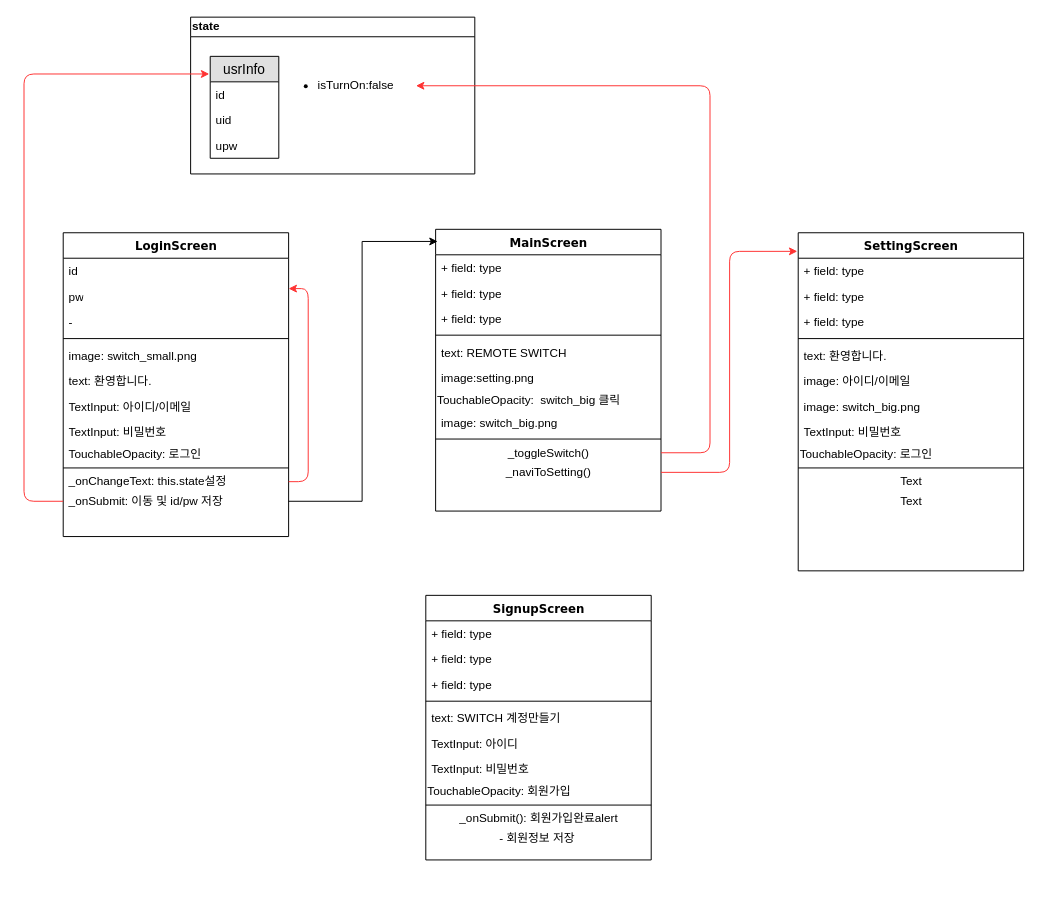
Before: AppFlowChart.drawio in OldBegin/idiaFactory_RemoteSwitch_re, a draw.io diagram. Source tidied: cells renumbered, new cells numbered last; positions are measured from the earlier drawing's top-left corner, leaving out a move shared by most shapes. Both pictures are drawn from the tidied source at 98%, with x=0, y=0 at pixel (24, 17).
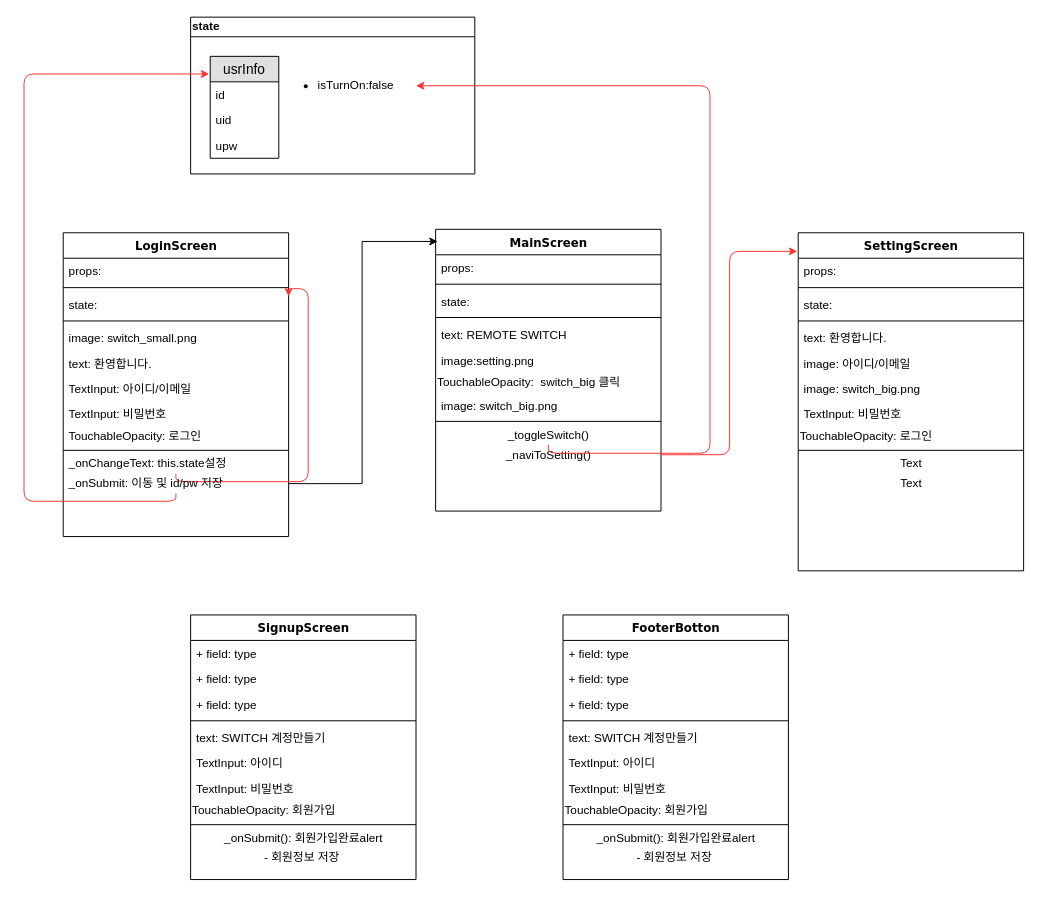
After the change.

The change refers to these unchanged cells:
```xml
<mxCell id="2" value="LoginScreen" style="swimlane;html=1;fontStyle=1;align=center;verticalAlign=top;horizontal=1;startSize=26;swimlaneFillColor=#ffffff;rounded=0;shadow=0;comic=0;labelBackgroundColor=none;strokeWidth=1;fillColor=none;fontFamily=Verdana;fontSize=12;" parent="1" vertex="1">
  <mxGeometry x="40" y="220" width="230" height="310" as="geometry" />
</mxCell>
<mxCell id="16" value="MainScreen" style="swimlane;html=1;fontStyle=1;align=center;verticalAlign=top;horizontal=1;startSize=26;swimlaneFillColor=#ffffff;rounded=0;shadow=0;comic=0;labelBackgroundColor=none;strokeWidth=1;fillColor=none;fontFamily=Verdana;fontSize=12;" parent="1" vertex="1">
  <mxGeometry x="420" y="216.5" width="230" height="287.5" as="geometry" />
</mxCell>
<mxCell id="28" value="SettingScreen" style="swimlane;html=1;fontStyle=1;align=center;verticalAlign=top;horizontal=1;startSize=26;swimlaneFillColor=#ffffff;rounded=0;shadow=0;comic=0;labelBackgroundColor=none;strokeWidth=1;fillColor=none;fontFamily=Verdana;fontSize=12;" parent="1" vertex="1">
  <mxGeometry x="790" y="220" width="230" height="345" as="geometry" />
</mxCell>
```

Diff of the diagram source:
```diff
@@
-    <mxCell id="3" value="id" style="text;html=1;strokeColor=none;fillColor=none;align=left;verticalAlign=top;spacingLeft=4;spacingRight=4;whiteSpace=wrap;overflow=hidden;" parent="2" vertex="1">
+    <mxCell id="3" value="props:" style="text;html=1;strokeColor=none;fillColor=none;align=left;verticalAlign=top;spacingLeft=4;spacingRight=4;whiteSpace=wrap;overflow=hidden;" parent="2" vertex="1">
       <mxGeometry y="26" width="230" height="26" as="geometry" />
     </mxCell>
+    <mxCell id="63" style="line;html=1;strokeWidth=1;fillColor=none;align=left;verticalAlign=middle;spacingTop=-1;spacingLeft=3;spacingRight=3;labelPosition=right;" parent="2" vertex="1">
+      <mxGeometry y="52" width="230" height="8" as="geometry" />
+    </mxCell>
-    <mxCell id="4" value="pw" style="text;html=1;strokeColor=none;fillColor=none;align=left;verticalAlign=top;spacingLeft=4;spacingRight=4;whiteSpace=wrap;overflow=hidden;points=[[0,0.5],[1,0.5]];portConstraint=eastwest;" parent="2" vertex="1">
-      <mxGeometry y="52" width="230" height="26" as="geometry" />
+    <mxCell id="4" value="state:" style="text;html=1;strokeColor=none;fillColor=none;align=left;verticalAlign=top;spacingLeft=4;spacingRight=4;whiteSpace=wrap;overflow=hidden;points=[[0,0.5],[1,0.5]];portConstraint=eastwest;" parent="2" vertex="1">
+      <mxGeometry y="60" width="230" height="26" as="geometry" />
     </mxCell>
-    <mxCell id="5" value="-" style="text;html=1;strokeColor=none;fillColor=none;align=left;verticalAlign=top;spacingLeft=4;spacingRight=4;whiteSpace=wrap;overflow=hidden;" parent="2" vertex="1">
-      <mxGeometry y="78" width="230" height="26" as="geometry" />
-    </mxCell>
     <mxCell id="6" style="line;html=1;strokeWidth=1;fillColor=none;align=left;verticalAlign=middle;spacingTop=-1;spacingLeft=3;spacingRight=3;labelPosition=right;" parent="2" vertex="1">
-      <mxGeometry y="104" width="230" height="8" as="geometry" />
+      <mxGeometry y="86" width="230" height="8" as="geometry" />
     </mxCell>
     <mxCell id="7" value="image: switch_small.png&lt;br&gt;" style="text;html=1;strokeColor=none;fillColor=none;align=left;verticalAlign=top;spacingLeft=4;spacingRight=4;whiteSpace=wrap;overflow=hidden;" parent="2" vertex="1">
-      <mxGeometry y="112" width="230" height="26" as="geometry" />
+      <mxGeometry y="94" width="230" height="26" as="geometry" />
     </mxCell>
     <mxCell id="8" value="text: 환영합니다." style="text;html=1;strokeColor=none;fillColor=none;align=left;verticalAlign=top;spacingLeft=4;spacingRight=4;whiteSpace=wrap;overflow=hidden;" parent="2" vertex="1">
-      <mxGeometry y="138" width="230" height="26" as="geometry" />
+      <mxGeometry y="120" width="230" height="26" as="geometry" />
     </mxCell>
     <mxCell id="9" value="TextInput: 아이디/이메일" style="text;html=1;strokeColor=none;fillColor=none;align=left;verticalAlign=top;spacingLeft=4;spacingRight=4;whiteSpace=wrap;overflow=hidden;" parent="2" vertex="1">
-      <mxGeometry y="164" width="230" height="26" as="geometry" />
+      <mxGeometry y="146" width="230" height="26" as="geometry" />
     </mxCell>
     <mxCell id="10" value="TextInput: 비밀번호" style="text;html=1;strokeColor=none;fillColor=none;align=left;verticalAlign=top;spacingLeft=4;spacingRight=4;whiteSpace=wrap;overflow=hidden;" parent="2" vertex="1">
-      <mxGeometry y="190" width="230" height="26" as="geometry" />
+      <mxGeometry y="172" width="230" height="26" as="geometry" />
     </mxCell>
     <mxCell id="11" value="TouchableOpacity: 로그인" style="text;html=1;align=left;verticalAlign=middle;fillColor=none;strokeColor=none;rounded=0;spacingLeft=4;" parent="2" vertex="1">
-      <mxGeometry y="216" width="230" height="20" as="geometry" />
+      <mxGeometry y="198" width="230" height="20" as="geometry" />
     </mxCell>
     <mxCell id="12" style="line;html=1;strokeWidth=1;fillColor=none;align=left;verticalAlign=middle;spacingTop=-1;spacingLeft=3;spacingRight=3;labelPosition=right;" parent="2" vertex="1">
-      <mxGeometry y="236" width="230" height="8" as="geometry" />
+      <mxGeometry y="218" width="230" height="8" as="geometry" />
     </mxCell>
@@
     <mxCell id="14" value="_onChangeText: this.state설정" style="text;html=1;align=left;verticalAlign=middle;points=[];fillColor=none;strokeColor=none;rounded=0;spacingLeft=4;" parent="2" vertex="1">
-      <mxGeometry y="244" width="230" height="20" as="geometry" />
+      <mxGeometry y="226" width="230" height="20" as="geometry" />
     </mxCell>
     <mxCell id="15" value="_onSubmit: 이동 및 id/pw 저장" style="text;html=1;align=left;verticalAlign=middle;points=[];fillColor=none;strokeColor=none;rounded=0;spacingLeft=4;spacingTop=2;spacingBottom=2;" parent="2" vertex="1">
-      <mxGeometry y="264" width="230" height="20" as="geometry" />
+      <mxGeometry y="246" width="230" height="20" as="geometry" />
     </mxCell>
@@
-    <mxCell id="17" value="+ field: type" style="text;html=1;strokeColor=none;fillColor=none;align=left;verticalAlign=top;spacingLeft=4;spacingRight=4;whiteSpace=wrap;overflow=hidden;" parent="16" vertex="1">
+    <mxCell id="17" value="props:" style="text;html=1;strokeColor=none;fillColor=none;align=left;verticalAlign=top;spacingLeft=4;spacingRight=4;whiteSpace=wrap;overflow=hidden;" parent="16" vertex="1">
       <mxGeometry y="26" width="230" height="26" as="geometry" />
     </mxCell>
-    <mxCell id="18" value="+ field: type" style="text;html=1;strokeColor=none;fillColor=none;align=left;verticalAlign=top;spacingLeft=4;spacingRight=4;whiteSpace=wrap;overflow=hidden;" parent="16" vertex="1">
-      <mxGeometry y="52" width="230" height="26" as="geometry" />
-    </mxCell>
+    <mxCell id="64" style="line;html=1;strokeWidth=1;fillColor=none;align=left;verticalAlign=middle;spacingTop=-1;spacingLeft=3;spacingRight=3;labelPosition=right;" parent="16" vertex="1">
+      <mxGeometry y="52" width="230" height="8" as="geometry" />
+    </mxCell>
-    <mxCell id="19" value="+ field: type" style="text;html=1;strokeColor=none;fillColor=none;align=left;verticalAlign=top;spacingLeft=4;spacingRight=4;whiteSpace=wrap;overflow=hidden;" parent="16" vertex="1">
-      <mxGeometry y="78" width="230" height="26" as="geometry" />
+    <mxCell id="19" value="state:" style="text;html=1;strokeColor=none;fillColor=none;align=left;verticalAlign=top;spacingLeft=4;spacingRight=4;whiteSpace=wrap;overflow=hidden;" parent="16" vertex="1">
+      <mxGeometry y="60" width="230" height="26" as="geometry" />
     </mxCell>
     <mxCell id="20" style="line;html=1;strokeWidth=1;fillColor=none;align=left;verticalAlign=middle;spacingTop=-1;spacingLeft=3;spacingRight=3;labelPosition=right;" parent="16" vertex="1">
-      <mxGeometry y="104" width="230" height="8" as="geometry" />
+      <mxGeometry y="86" width="230" height="8" as="geometry" />
     </mxCell>
     <mxCell id="21" value="text: REMOTE SWITCH" style="text;html=1;strokeColor=none;fillColor=none;align=left;verticalAlign=top;spacingLeft=4;spacingRight=4;whiteSpace=wrap;overflow=hidden;" parent="16" vertex="1">
-      <mxGeometry y="112" width="230" height="26" as="geometry" />
+      <mxGeometry y="94" width="230" height="26" as="geometry" />
     </mxCell>
     <mxCell id="22" value="image:setting.png" style="text;html=1;strokeColor=none;fillColor=none;align=left;verticalAlign=top;spacingLeft=4;spacingRight=4;whiteSpace=wrap;overflow=hidden;" parent="16" vertex="1">
-      <mxGeometry y="138" width="230" height="26" as="geometry" />
+      <mxGeometry y="120" width="230" height="26" as="geometry" />
     </mxCell>
     <mxCell id="23" value="TouchableOpacity:&amp;nbsp; switch_big 클릭" style="text;html=1;align=left;verticalAlign=middle;fillColor=none;strokeColor=none;rounded=0;" parent="16" vertex="1">
-      <mxGeometry y="164" width="230" height="20" as="geometry" />
+      <mxGeometry y="146" width="230" height="20" as="geometry" />
     </mxCell>
     <mxCell id="24" value="image: switch_big.png&amp;nbsp;" style="text;html=1;strokeColor=none;fillColor=none;align=left;verticalAlign=top;spacingLeft=4;spacingRight=4;whiteSpace=wrap;overflow=hidden;" parent="16" vertex="1">
-      <mxGeometry y="184" width="230" height="26" as="geometry" />
+      <mxGeometry y="166" width="230" height="26" as="geometry" />
     </mxCell>
     <mxCell id="25" style="line;html=1;strokeWidth=1;fillColor=none;align=left;verticalAlign=middle;spacingTop=-1;spacingLeft=3;spacingRight=3;labelPosition=right;" parent="16" vertex="1">
-      <mxGeometry y="210" width="230" height="8" as="geometry" />
+      <mxGeometry y="192" width="230" height="8" as="geometry" />
     </mxCell>
     <mxCell id="26" value="_toggleSwitch()" style="text;html=1;align=center;verticalAlign=middle;points=[];fillColor=none;strokeColor=none;rounded=0;" parent="16" vertex="1">
-      <mxGeometry y="218" width="230" height="20" as="geometry" />
+      <mxGeometry y="200" width="230" height="20" as="geometry" />
     </mxCell>
     <mxCell id="27" value="_naviToSetting()" style="text;html=1;align=center;verticalAlign=middle;points=[];fillColor=none;strokeColor=none;rounded=0;" parent="16" vertex="1">
-      <mxGeometry y="238" width="230" height="20" as="geometry" />
+      <mxGeometry y="220" width="230" height="20" as="geometry" />
     </mxCell>
@@
-    <mxCell id="29" value="+ field: type" style="text;html=1;strokeColor=none;fillColor=none;align=left;verticalAlign=top;spacingLeft=4;spacingRight=4;whiteSpace=wrap;overflow=hidden;" parent="28" vertex="1">
+    <mxCell id="29" value="props:" style="text;html=1;strokeColor=none;fillColor=none;align=left;verticalAlign=top;spacingLeft=4;spacingRight=4;whiteSpace=wrap;overflow=hidden;" parent="28" vertex="1">
       <mxGeometry y="26" width="230" height="26" as="geometry" />
     </mxCell>
-    <mxCell id="30" value="+ field: type" style="text;html=1;strokeColor=none;fillColor=none;align=left;verticalAlign=top;spacingLeft=4;spacingRight=4;whiteSpace=wrap;overflow=hidden;" parent="28" vertex="1">
-      <mxGeometry y="52" width="230" height="26" as="geometry" />
-    </mxCell>
+    <mxCell id="65" style="line;html=1;strokeWidth=1;fillColor=none;align=left;verticalAlign=middle;spacingTop=-1;spacingLeft=3;spacingRight=3;labelPosition=right;" parent="28" vertex="1">
+      <mxGeometry y="52" width="230" height="8" as="geometry" />
+    </mxCell>
-    <mxCell id="31" value="+ field: type" style="text;html=1;strokeColor=none;fillColor=none;align=left;verticalAlign=top;spacingLeft=4;spacingRight=4;whiteSpace=wrap;overflow=hidden;" parent="28" vertex="1">
-      <mxGeometry y="78" width="230" height="26" as="geometry" />
+    <mxCell id="31" value="state:" style="text;html=1;strokeColor=none;fillColor=none;align=left;verticalAlign=top;spacingLeft=4;spacingRight=4;whiteSpace=wrap;overflow=hidden;" parent="28" vertex="1">
+      <mxGeometry y="60" width="230" height="26" as="geometry" />
     </mxCell>
     <mxCell id="32" style="line;html=1;strokeWidth=1;fillColor=none;align=left;verticalAlign=middle;spacingTop=-1;spacingLeft=3;spacingRight=3;labelPosition=right;" parent="28" vertex="1">
-      <mxGeometry y="104" width="230" height="8" as="geometry" />
+      <mxGeometry y="86" width="230" height="8" as="geometry" />
     </mxCell>
     <mxCell id="33" value="text: 환영합니다." style="text;html=1;strokeColor=none;fillColor=none;align=left;verticalAlign=top;spacingLeft=4;spacingRight=4;whiteSpace=wrap;overflow=hidden;" parent="28" vertex="1">
-      <mxGeometry y="112" width="230" height="26" as="geometry" />
+      <mxGeometry y="94" width="230" height="26" as="geometry" />
     </mxCell>
     <mxCell id="34" value="image: 아이디/이메일" style="text;html=1;strokeColor=none;fillColor=none;align=left;verticalAlign=top;spacingLeft=4;spacingRight=4;whiteSpace=wrap;overflow=hidden;" parent="28" vertex="1">
-      <mxGeometry y="138" width="230" height="26" as="geometry" />
+      <mxGeometry y="120" width="230" height="26" as="geometry" />
     </mxCell>
     <mxCell id="35" value="image: switch_big.png" style="text;html=1;strokeColor=none;fillColor=none;align=left;verticalAlign=top;spacingLeft=4;spacingRight=4;whiteSpace=wrap;overflow=hidden;" parent="28" vertex="1">
-      <mxGeometry y="164" width="230" height="26" as="geometry" />
+      <mxGeometry y="146" width="230" height="26" as="geometry" />
     </mxCell>
     <mxCell id="36" value="TextInput: 비밀번호" style="text;html=1;strokeColor=none;fillColor=none;align=left;verticalAlign=top;spacingLeft=4;spacingRight=4;whiteSpace=wrap;overflow=hidden;" parent="28" vertex="1">
-      <mxGeometry y="190" width="230" height="26" as="geometry" />
+      <mxGeometry y="172" width="230" height="26" as="geometry" />
     </mxCell>
     <mxCell id="37" value="TouchableOpacity: 로그인" style="text;html=1;align=left;verticalAlign=middle;fillColor=none;strokeColor=none;rounded=0;" parent="28" vertex="1">
-      <mxGeometry y="216" width="230" height="20" as="geometry" />
+      <mxGeometry y="198" width="230" height="20" as="geometry" />
     </mxCell>
     <mxCell id="38" style="line;html=1;strokeWidth=1;fillColor=none;align=left;verticalAlign=middle;spacingTop=-1;spacingLeft=3;spacingRight=3;labelPosition=right;" parent="28" vertex="1">
-      <mxGeometry y="236" width="230" height="8" as="geometry" />
+      <mxGeometry y="218" width="230" height="8" as="geometry" />
     </mxCell>
     <mxCell id="39" value="Text" style="text;html=1;align=center;verticalAlign=middle;fillColor=none;strokeColor=none;rounded=0;" parent="28" vertex="1">
-      <mxGeometry y="244" width="230" height="20" as="geometry" />
+      <mxGeometry y="226" width="230" height="20" as="geometry" />
     </mxCell>
     <mxCell id="40" value="Text" style="text;html=1;align=center;verticalAlign=middle;fillColor=none;strokeColor=none;rounded=0;" parent="28" vertex="1">
-      <mxGeometry y="264" width="230" height="20" as="geometry" />
+      <mxGeometry y="246" width="230" height="20" as="geometry" />
     </mxCell>
     <mxCell id="41" value="SignupScreen" style="swimlane;html=1;fontStyle=1;align=center;verticalAlign=top;horizontal=1;startSize=26;swimlaneFillColor=#ffffff;rounded=0;shadow=0;comic=0;labelBackgroundColor=none;strokeWidth=1;fillColor=none;fontFamily=Verdana;fontSize=12;" parent="1" vertex="1">
-      <mxGeometry x="410" y="590" width="230" height="270" as="geometry" />
+      <mxGeometry x="170" y="610" width="230" height="270" as="geometry" />
     </mxCell>
@@
+    <mxCell id="66" value="FooterBotton" style="swimlane;html=1;fontStyle=1;align=center;verticalAlign=top;horizontal=1;startSize=26;swimlaneFillColor=#ffffff;rounded=0;shadow=0;comic=0;labelBackgroundColor=none;strokeWidth=1;fillColor=none;fontFamily=Verdana;fontSize=12;" parent="1" vertex="1">
+      <mxGeometry x="550" y="610" width="230" height="270" as="geometry" />
+    </mxCell>
+    <mxCell id="67" value="+ field: type" style="text;html=1;strokeColor=none;fillColor=none;align=left;verticalAlign=top;spacingLeft=4;spacingRight=4;whiteSpace=wrap;overflow=hidden;" parent="66" vertex="1">
+      <mxGeometry y="26" width="230" height="26" as="geometry" />
+    </mxCell>
+    <mxCell id="68" value="+ field: type" style="text;html=1;strokeColor=none;fillColor=none;align=left;verticalAlign=top;spacingLeft=4;spacingRight=4;whiteSpace=wrap;overflow=hidden;" parent="66" vertex="1">
+      <mxGeometry y="52" width="230" height="26" as="geometry" />
+    </mxCell>
+    <mxCell id="69" value="+ field: type" style="text;html=1;strokeColor=none;fillColor=none;align=left;verticalAlign=top;spacingLeft=4;spacingRight=4;whiteSpace=wrap;overflow=hidden;" parent="66" vertex="1">
+      <mxGeometry y="78" width="230" height="26" as="geometry" />
+    </mxCell>
+    <mxCell id="70" style="line;html=1;strokeWidth=1;fillColor=none;align=left;verticalAlign=middle;spacingTop=-1;spacingLeft=3;spacingRight=3;labelPosition=right;" parent="66" vertex="1">
+      <mxGeometry y="104" width="230" height="8" as="geometry" />
+    </mxCell>
+    <mxCell id="71" value="text: SWITCH 계정만들기" style="text;html=1;strokeColor=none;fillColor=none;align=left;verticalAlign=top;spacingLeft=4;spacingRight=4;whiteSpace=wrap;overflow=hidden;" parent="66" vertex="1">
+      <mxGeometry y="112" width="230" height="26" as="geometry" />
+    </mxCell>
+    <mxCell id="72" value="TextInput: 아이디" style="text;html=1;strokeColor=none;fillColor=none;align=left;verticalAlign=top;spacingLeft=4;spacingRight=4;whiteSpace=wrap;overflow=hidden;" parent="66" vertex="1">
+      <mxGeometry y="138" width="230" height="26" as="geometry" />
+    </mxCell>
+    <mxCell id="73" value="TextInput: 비밀번호" style="text;html=1;strokeColor=none;fillColor=none;align=left;verticalAlign=top;spacingLeft=4;spacingRight=4;whiteSpace=wrap;overflow=hidden;" parent="66" vertex="1">
+      <mxGeometry y="164" width="230" height="26" as="geometry" />
+    </mxCell>
+    <mxCell id="74" value="TouchableOpacity: 회원가입" style="text;html=1;align=left;verticalAlign=middle;fillColor=none;strokeColor=none;rounded=0;" parent="66" vertex="1">
+      <mxGeometry y="190" width="230" height="20" as="geometry" />
+    </mxCell>
+    <mxCell id="75" style="line;html=1;strokeWidth=1;fillColor=none;align=left;verticalAlign=middle;spacingTop=-1;spacingLeft=3;spacingRight=3;labelPosition=right;" parent="66" vertex="1">
+      <mxGeometry y="210" width="230" height="8" as="geometry" />
+    </mxCell>
+    <mxCell id="76" value="_onSubmit(): 회원가입완료alert" style="text;html=1;align=center;verticalAlign=middle;fillColor=none;strokeColor=none;rounded=0;" parent="66" vertex="1">
+      <mxGeometry y="218" width="230" height="20" as="geometry" />
+    </mxCell>
+    <mxCell id="77" value="&amp;nbsp;- 회원정보 저장&amp;nbsp;&amp;nbsp;" style="text;html=1;align=center;verticalAlign=middle;fillColor=none;strokeColor=none;rounded=0;" parent="66" vertex="1">
+      <mxGeometry y="238" width="230" height="20" as="geometry" />
+    </mxCell>
```
